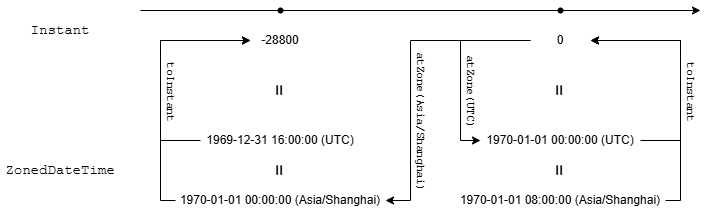
Above: assets/images/java-note-v2ch06-the-date-and-time-api/Instant与ZonedDateTime之间的转换.png in ZZy979/zzy979.github.io (draw.io), before the change. Source tidied: cells renumbered, new cells last; positions are measured from the earlier drawing's top-left corner, leaving out a move shared by most shapes. The source it was exported from:
```xml
<mxGraphModel background="#ffffff">
  <root>
    <mxCell id="0" />
    <mxCell id="1" parent="0" />
    <mxCell id="2" style="endArrow=classic;html=1;rounded=0;" parent="1" edge="1">
      <mxGeometry relative="1" as="geometry">
        <mxPoint x="140" y="10" as="sourcePoint" />
        <mxPoint x="700" y="10" as="targetPoint" />
      </mxGeometry>
    </mxCell>
    <mxCell id="3" style="shape=waypoint;sketch=0;fillStyle=solid;size=6;fillColor=none;perimeter=centerPerimeter;fontSize=16;strokeColor=#000000;" parent="1" vertex="1">
      <mxGeometry x="270" width="20" height="20" as="geometry" />
    </mxCell>
    <mxCell id="4" style="shape=waypoint;sketch=0;fillStyle=solid;size=6;fillColor=none;perimeter=centerPerimeter;fontSize=16;strokeColor=#000000;" parent="1" vertex="1">
      <mxGeometry x="550" width="20" height="20" as="geometry" />
    </mxCell>
    <mxCell id="5" value="-28800" style="text;html=1;align=center;verticalAlign=middle;whiteSpace=wrap;rounded=0;" parent="1" vertex="1">
      <mxGeometry x="250" y="30" width="60" height="20" as="geometry" />
    </mxCell>
    <mxCell id="6" style="edgeStyle=orthogonalEdgeStyle;rounded=0;jettySize=auto;html=1;exitX=0;exitY=0.5;exitDx=0;exitDy=0;entryX=1;entryY=0.5;entryDx=0;entryDy=0;" parent="1" edge="1" source="10" target="15">
      <mxGeometry relative="1" as="geometry">
        <Array as="points">
          <mxPoint x="410" y="40" />
          <mxPoint x="410" y="200" />
        </Array>
      </mxGeometry>
    </mxCell>
    <mxCell id="7" value="&lt;span style=&quot;font-family: &amp;quot;Courier New&amp;quot;;&quot;&gt;atZone(Asia/Shanghai)&lt;/span&gt;" style="edgeLabel;html=1;align=center;verticalAlign=middle;rotation=90;" parent="6" vertex="1">
      <mxGeometry x="0.29" relative="1" as="geometry">
        <mxPoint x="11" y="3" as="offset" />
      </mxGeometry>
    </mxCell>
    <mxCell id="8" style="edgeStyle=orthogonalEdgeStyle;rounded=0;jettySize=auto;html=1;exitX=0;exitY=0.5;exitDx=0;exitDy=0;entryX=0;entryY=0.5;entryDx=0;entryDy=0;" parent="1" edge="1" source="10" target="17">
      <mxGeometry relative="1" as="geometry">
        <Array as="points">
          <mxPoint x="460" y="40" />
          <mxPoint x="460" y="140" />
        </Array>
      </mxGeometry>
    </mxCell>
    <mxCell id="9" value="&lt;span style=&quot;font-family: &amp;quot;Courier New&amp;quot;;&quot;&gt;atZone(UTC)&lt;/span&gt;" style="edgeLabel;html=1;align=center;verticalAlign=middle;rotation=90;" parent="8" vertex="1">
      <mxGeometry x="0.26" y="-1" relative="1" as="geometry">
        <mxPoint x="12" as="offset" />
      </mxGeometry>
    </mxCell>
    <mxCell id="10" value="0" style="text;html=1;align=center;verticalAlign=middle;whiteSpace=wrap;rounded=0;" parent="1" vertex="1">
      <mxGeometry x="530" y="30" width="60" height="20" as="geometry" />
    </mxCell>
    <mxCell id="11" style="edgeStyle=orthogonalEdgeStyle;rounded=0;jettySize=auto;html=1;exitX=0;exitY=0.5;exitDx=0;exitDy=0;entryX=0;entryY=0.5;entryDx=0;entryDy=0;" parent="1" edge="1" source="12" target="5">
      <mxGeometry relative="1" as="geometry">
        <Array as="points">
          <mxPoint x="160" y="140" />
          <mxPoint x="160" y="40" />
        </Array>
      </mxGeometry>
    </mxCell>
    <mxCell id="12" value="1969-12-31 16:00:00 (UTC)" style="text;html=1;align=center;verticalAlign=middle;whiteSpace=wrap;rounded=0;" parent="1" vertex="1">
      <mxGeometry x="200" y="130" width="160" height="20" as="geometry" />
    </mxCell>
    <mxCell id="13" style="edgeStyle=orthogonalEdgeStyle;rounded=0;jettySize=auto;html=1;exitX=0;exitY=0.5;exitDx=0;exitDy=0;entryX=0;entryY=0.5;entryDx=0;entryDy=0;" parent="1" edge="1" source="15" target="5">
      <mxGeometry relative="1" as="geometry">
        <Array as="points">
          <mxPoint x="160" y="200" />
          <mxPoint x="160" y="40" />
        </Array>
      </mxGeometry>
    </mxCell>
    <mxCell id="14" value="&lt;font face=&quot;Courier New&quot;&gt;toInstant&lt;/font&gt;" style="edgeLabel;html=1;align=center;verticalAlign=middle;rotation=90;" parent="13" vertex="1">
      <mxGeometry x="-0.04" y="1" relative="1" as="geometry">
        <mxPoint x="12" y="2" as="offset" />
      </mxGeometry>
    </mxCell>
    <mxCell id="15" value="1970-01-01 00:00:00 (Asia/Shanghai)" style="text;html=1;align=center;verticalAlign=middle;whiteSpace=wrap;rounded=0;" parent="1" vertex="1">
      <mxGeometry x="175" y="190" width="210" height="20" as="geometry" />
    </mxCell>
    <mxCell id="16" style="edgeStyle=orthogonalEdgeStyle;rounded=0;jettySize=auto;html=1;exitX=1;exitY=0.5;exitDx=0;exitDy=0;entryX=1;entryY=0.5;entryDx=0;entryDy=0;" parent="1" edge="1" source="17" target="10">
      <mxGeometry relative="1" as="geometry">
        <Array as="points">
          <mxPoint x="680" y="140" />
          <mxPoint x="680" y="40" />
        </Array>
      </mxGeometry>
    </mxCell>
    <mxCell id="17" value="1970-01-01 00:00:00&amp;nbsp;(UTC)" style="text;html=1;align=center;verticalAlign=middle;whiteSpace=wrap;rounded=0;" parent="1" vertex="1">
      <mxGeometry x="480" y="130" width="160" height="20" as="geometry" />
    </mxCell>
    <mxCell id="18" style="edgeStyle=orthogonalEdgeStyle;rounded=0;jettySize=auto;html=1;exitX=1;exitY=0.5;exitDx=0;exitDy=0;entryX=1;entryY=0.5;entryDx=0;entryDy=0;" parent="1" edge="1" source="20" target="10">
      <mxGeometry relative="1" as="geometry">
        <Array as="points">
          <mxPoint x="680" y="200" />
          <mxPoint x="680" y="40" />
        </Array>
      </mxGeometry>
    </mxCell>
    <mxCell id="19" value="&lt;font face=&quot;Courier New&quot;&gt;toInstant&lt;/font&gt;" style="edgeLabel;html=1;align=center;verticalAlign=middle;rotation=90;" parent="18" vertex="1">
      <mxGeometry x="0.05" y="1" relative="1" as="geometry">
        <mxPoint x="12" y="14" as="offset" />
      </mxGeometry>
    </mxCell>
    <mxCell id="20" value="1970-01-01 08:00:00 (Asia/Shanghai)" style="text;html=1;align=center;verticalAlign=middle;whiteSpace=wrap;rounded=0;" parent="1" vertex="1">
      <mxGeometry x="455" y="190" width="210" height="20" as="geometry" />
    </mxCell>
    <mxCell id="21" value="=" style="text;html=1;align=center;verticalAlign=middle;whiteSpace=wrap;rounded=0;rotation=90;fontSize=20;" parent="1" vertex="1">
      <mxGeometry x="260" y="80" width="40" height="20" as="geometry" />
    </mxCell>
    <mxCell id="22" value="=" style="text;html=1;align=center;verticalAlign=middle;whiteSpace=wrap;rounded=0;rotation=90;fontSize=20;" parent="1" vertex="1">
      <mxGeometry x="260" y="160" width="40" height="20" as="geometry" />
    </mxCell>
    <mxCell id="23" value="=" style="text;html=1;align=center;verticalAlign=middle;whiteSpace=wrap;rounded=0;rotation=90;fontSize=20;" parent="1" vertex="1">
      <mxGeometry x="540" y="160" width="40" height="20" as="geometry" />
    </mxCell>
    <mxCell id="24" value="=" style="text;html=1;align=center;verticalAlign=middle;whiteSpace=wrap;rounded=0;rotation=90;fontSize=20;" parent="1" vertex="1">
      <mxGeometry x="540" y="80" width="40" height="20" as="geometry" />
    </mxCell>
    <mxCell id="25" value="&lt;span style=&quot;font-family: &amp;quot;Courier New&amp;quot;; font-size: 14px;&quot;&gt;Instant&lt;/span&gt;" style="text;html=1;align=center;verticalAlign=middle;whiteSpace=wrap;rounded=0;" parent="1" vertex="1">
      <mxGeometry y="10" width="120" height="40" as="geometry" />
    </mxCell>
    <mxCell id="26" value="&lt;span style=&quot;font-family: &amp;quot;Courier New&amp;quot;; font-size: 14px;&quot;&gt;ZonedDateTime&lt;/span&gt;" style="text;html=1;align=center;verticalAlign=middle;whiteSpace=wrap;rounded=0;" parent="1" vertex="1">
      <mxGeometry y="150" width="120" height="40" as="geometry" />
    </mxCell>
  </root>
</mxGraphModel>
```
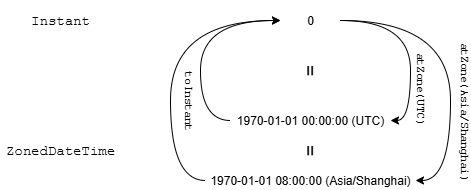
The same file after the commit.

Change to the diagram source:
```diff
@@ -2,110 +2,62 @@
   <root>
     <mxCell id="0" />
     <mxCell id="1" parent="0" />
-    <mxCell id="2" style="endArrow=classic;html=1;rounded=0;" parent="1" edge="1">
-      <mxGeometry relative="1" as="geometry">
-        <mxPoint x="140" y="10" as="sourcePoint" />
-        <mxPoint x="700" y="10" as="targetPoint" />
-      </mxGeometry>
-    </mxCell>
-    <mxCell id="3" style="shape=waypoint;sketch=0;fillStyle=solid;size=6;fillColor=none;perimeter=centerPerimeter;fontSize=16;strokeColor=#000000;" parent="1" vertex="1">
-      <mxGeometry x="270" width="20" height="20" as="geometry" />
-    </mxCell>
-    <mxCell id="4" style="shape=waypoint;sketch=0;fillStyle=solid;size=6;fillColor=none;perimeter=centerPerimeter;fontSize=16;strokeColor=#000000;" parent="1" vertex="1">
-      <mxGeometry x="550" width="20" height="20" as="geometry" />
-    </mxCell>
-    <mxCell id="5" value="-28800" style="text;html=1;align=center;verticalAlign=middle;whiteSpace=wrap;rounded=0;" parent="1" vertex="1">
-      <mxGeometry x="250" y="30" width="60" height="20" as="geometry" />
-    </mxCell>
-    <mxCell id="6" style="edgeStyle=orthogonalEdgeStyle;rounded=0;jettySize=auto;html=1;exitX=0;exitY=0.5;exitDx=0;exitDy=0;entryX=1;entryY=0.5;entryDx=0;entryDy=0;" parent="1" edge="1" source="10" target="15">
+    <mxCell id="6" style="edgeStyle=orthogonalEdgeStyle;rounded=0;jettySize=auto;html=1;exitX=1;exitY=0.5;exitDx=0;exitDy=0;entryX=1;entryY=0.5;entryDx=0;entryDy=0;curved=1;" parent="1" edge="1" source="10" target="20">
       <mxGeometry relative="1" as="geometry">
         <Array as="points">
-          <mxPoint x="410" y="40" />
-          <mxPoint x="410" y="200" />
+          <mxPoint x="700" y="40" />
+          <mxPoint x="700" y="200" />
         </Array>
       </mxGeometry>
     </mxCell>
     <mxCell id="7" value="&lt;span style=&quot;font-family: &amp;quot;Courier New&amp;quot;;&quot;&gt;atZone(Asia/Shanghai)&lt;/span&gt;" style="edgeLabel;html=1;align=center;verticalAlign=middle;rotation=90;" parent="6" vertex="1">
       <mxGeometry x="0.29" relative="1" as="geometry">
-        <mxPoint x="11" y="3" as="offset" />
+        <mxPoint x="14" y="3" as="offset" />
       </mxGeometry>
     </mxCell>
-    <mxCell id="8" style="edgeStyle=orthogonalEdgeStyle;rounded=0;jettySize=auto;html=1;exitX=0;exitY=0.5;exitDx=0;exitDy=0;entryX=0;entryY=0.5;entryDx=0;entryDy=0;" parent="1" edge="1" source="10" target="17">
+    <mxCell id="8" style="edgeStyle=orthogonalEdgeStyle;rounded=0;jettySize=auto;html=1;exitX=1;exitY=0.5;exitDx=0;exitDy=0;entryX=1;entryY=0.5;entryDx=0;entryDy=0;curved=1;" parent="1" edge="1" source="10" target="17">
       <mxGeometry relative="1" as="geometry">
         <Array as="points">
-          <mxPoint x="460" y="40" />
-          <mxPoint x="460" y="140" />
+          <mxPoint x="660" y="40" />
+          <mxPoint x="660" y="140" />
         </Array>
       </mxGeometry>
     </mxCell>
     <mxCell id="9" value="&lt;span style=&quot;font-family: &amp;quot;Courier New&amp;quot;;&quot;&gt;atZone(UTC)&lt;/span&gt;" style="edgeLabel;html=1;align=center;verticalAlign=middle;rotation=90;" parent="8" vertex="1">
       <mxGeometry x="0.26" y="-1" relative="1" as="geometry">
-        <mxPoint x="12" as="offset" />
+        <mxPoint x="11" y="17" as="offset" />
       </mxGeometry>
     </mxCell>
     <mxCell id="10" value="0" style="text;html=1;align=center;verticalAlign=middle;whiteSpace=wrap;rounded=0;" parent="1" vertex="1">
       <mxGeometry x="530" y="30" width="60" height="20" as="geometry" />
     </mxCell>
-    <mxCell id="11" style="edgeStyle=orthogonalEdgeStyle;rounded=0;jettySize=auto;html=1;exitX=0;exitY=0.5;exitDx=0;exitDy=0;entryX=0;entryY=0.5;entryDx=0;entryDy=0;" parent="1" edge="1" source="12" target="5">
-      <mxGeometry relative="1" as="geometry">
-        <Array as="points">
-          <mxPoint x="160" y="140" />
-          <mxPoint x="160" y="40" />
-        </Array>
-      </mxGeometry>
-    </mxCell>
-    <mxCell id="12" value="1969-12-31 16:00:00 (UTC)" style="text;html=1;align=center;verticalAlign=middle;whiteSpace=wrap;rounded=0;" parent="1" vertex="1">
-      <mxGeometry x="200" y="130" width="160" height="20" as="geometry" />
-    </mxCell>
-    <mxCell id="13" style="edgeStyle=orthogonalEdgeStyle;rounded=0;jettySize=auto;html=1;exitX=0;exitY=0.5;exitDx=0;exitDy=0;entryX=0;entryY=0.5;entryDx=0;entryDy=0;" parent="1" edge="1" source="15" target="5">
-      <mxGeometry relative="1" as="geometry">
-        <Array as="points">
-          <mxPoint x="160" y="200" />
-          <mxPoint x="160" y="40" />
-        </Array>
-      </mxGeometry>
-    </mxCell>
-    <mxCell id="14" value="&lt;font face=&quot;Courier New&quot;&gt;toInstant&lt;/font&gt;" style="edgeLabel;html=1;align=center;verticalAlign=middle;rotation=90;" parent="13" vertex="1">
-      <mxGeometry x="-0.04" y="1" relative="1" as="geometry">
-        <mxPoint x="12" y="2" as="offset" />
-      </mxGeometry>
-    </mxCell>
-    <mxCell id="15" value="1970-01-01 00:00:00 (Asia/Shanghai)" style="text;html=1;align=center;verticalAlign=middle;whiteSpace=wrap;rounded=0;" parent="1" vertex="1">
-      <mxGeometry x="175" y="190" width="210" height="20" as="geometry" />
-    </mxCell>
-    <mxCell id="16" style="edgeStyle=orthogonalEdgeStyle;rounded=0;jettySize=auto;html=1;exitX=1;exitY=0.5;exitDx=0;exitDy=0;entryX=1;entryY=0.5;entryDx=0;entryDy=0;" parent="1" edge="1" source="17" target="10">
+    <mxCell id="16" style="edgeStyle=orthogonalEdgeStyle;rounded=0;jettySize=auto;html=1;exitX=0;exitY=0.5;exitDx=0;exitDy=0;entryX=0;entryY=0.5;entryDx=0;entryDy=0;curved=1;" parent="1" edge="1" source="17" target="10">
       <mxGeometry relative="1" as="geometry">
         <Array as="points">
-          <mxPoint x="680" y="140" />
-          <mxPoint x="680" y="40" />
+          <mxPoint x="450" y="140" />
+          <mxPoint x="450" y="40" />
         </Array>
       </mxGeometry>
     </mxCell>
     <mxCell id="17" value="1970-01-01 00:00:00&amp;nbsp;(UTC)" style="text;html=1;align=center;verticalAlign=middle;whiteSpace=wrap;rounded=0;" parent="1" vertex="1">
       <mxGeometry x="480" y="130" width="160" height="20" as="geometry" />
     </mxCell>
-    <mxCell id="18" style="edgeStyle=orthogonalEdgeStyle;rounded=0;jettySize=auto;html=1;exitX=1;exitY=0.5;exitDx=0;exitDy=0;entryX=1;entryY=0.5;entryDx=0;entryDy=0;" parent="1" edge="1" source="20" target="10">
+    <mxCell id="18" style="edgeStyle=orthogonalEdgeStyle;rounded=0;jettySize=auto;html=1;exitX=0;exitY=0.5;exitDx=0;exitDy=0;entryX=0;entryY=0.5;entryDx=0;entryDy=0;curved=1;" parent="1" edge="1" source="20" target="10">
       <mxGeometry relative="1" as="geometry">
         <Array as="points">
-          <mxPoint x="680" y="200" />
-          <mxPoint x="680" y="40" />
+          <mxPoint x="420" y="200" />
+          <mxPoint x="420" y="40" />
         </Array>
       </mxGeometry>
     </mxCell>
     <mxCell id="19" value="&lt;font face=&quot;Courier New&quot;&gt;toInstant&lt;/font&gt;" style="edgeLabel;html=1;align=center;verticalAlign=middle;rotation=90;" parent="18" vertex="1">
       <mxGeometry x="0.05" y="1" relative="1" as="geometry">
-        <mxPoint x="12" y="14" as="offset" />
+        <mxPoint x="19" y="44" as="offset" />
       </mxGeometry>
     </mxCell>
     <mxCell id="20" value="1970-01-01 08:00:00 (Asia/Shanghai)" style="text;html=1;align=center;verticalAlign=middle;whiteSpace=wrap;rounded=0;" parent="1" vertex="1">
       <mxGeometry x="455" y="190" width="210" height="20" as="geometry" />
     </mxCell>
-    <mxCell id="21" value="=" style="text;html=1;align=center;verticalAlign=middle;whiteSpace=wrap;rounded=0;rotation=90;fontSize=20;" parent="1" vertex="1">
-      <mxGeometry x="260" y="80" width="40" height="20" as="geometry" />
-    </mxCell>
-    <mxCell id="22" value="=" style="text;html=1;align=center;verticalAlign=middle;whiteSpace=wrap;rounded=0;rotation=90;fontSize=20;" parent="1" vertex="1">
-      <mxGeometry x="260" y="160" width="40" height="20" as="geometry" />
-    </mxCell>
     <mxCell id="23" value="=" style="text;html=1;align=center;verticalAlign=middle;whiteSpace=wrap;rounded=0;rotation=90;fontSize=20;" parent="1" vertex="1">
       <mxGeometry x="540" y="160" width="40" height="20" as="geometry" />
     </mxCell>
@@ -113,10 +65,10 @@
       <mxGeometry x="540" y="80" width="40" height="20" as="geometry" />
     </mxCell>
     <mxCell id="25" value="&lt;span style=&quot;font-family: &amp;quot;Courier New&amp;quot;; font-size: 14px;&quot;&gt;Instant&lt;/span&gt;" style="text;html=1;align=center;verticalAlign=middle;whiteSpace=wrap;rounded=0;" parent="1" vertex="1">
-      <mxGeometry y="10" width="120" height="40" as="geometry" />
+      <mxGeometry x="250" y="20" width="120" height="40" as="geometry" />
     </mxCell>
     <mxCell id="26" value="&lt;span style=&quot;font-family: &amp;quot;Courier New&amp;quot;; font-size: 14px;&quot;&gt;ZonedDateTime&lt;/span&gt;" style="text;html=1;align=center;verticalAlign=middle;whiteSpace=wrap;rounded=0;" parent="1" vertex="1">
-      <mxGeometry y="150" width="120" height="40" as="geometry" />
+      <mxGeometry x="250" y="150" width="120" height="40" as="geometry" />
     </mxCell>
   </root>
 </mxGraphModel>
```
